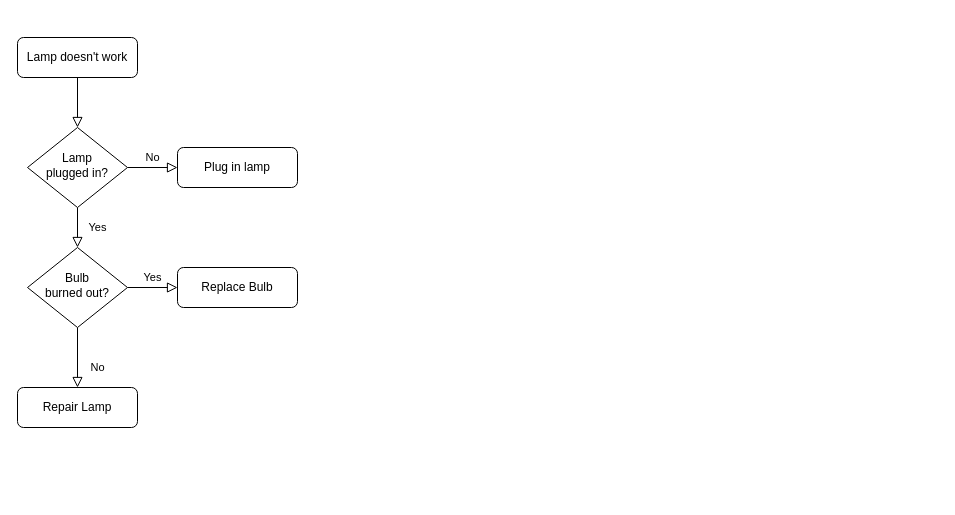
Before: XVI Translate Flow(translate).drawio in SmileSB1O1/draw-active, a draw.io diagram. Source tidied: cells renumbered, new cells numbered last; positions are measured from the earlier drawing's top-left corner, leaving out a move shared by most shapes. Both pictures are drawn from the tidied source at 100%, with x=0, y=0 at pixel (17, 37).
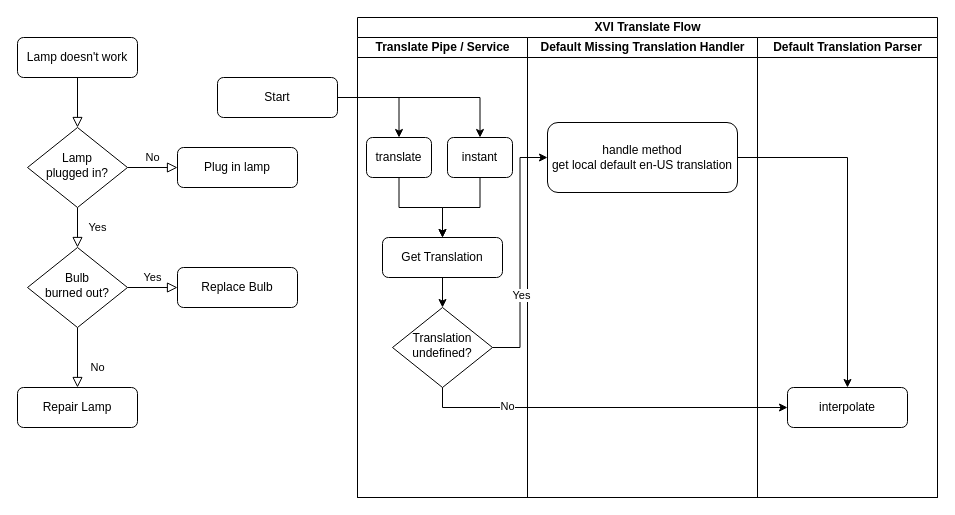
Above is the later version.

Diff of the diagram source:
```diff
@@
+    <mxCell id="13" value="XVI Translate Flow" style="swimlane;startSize=20;html=1;" parent="1" vertex="1">
+      <mxGeometry x="340" y="-20" width="580" height="480" as="geometry" />
+    </mxCell>
+    <mxCell id="14" value="Translate Pipe / Service" style="swimlane;startSize=20;html=1;" parent="13" vertex="1">
+      <mxGeometry y="20" width="170" height="460" as="geometry" />
+    </mxCell>
+    <mxCell id="15" style="edgeStyle=orthogonalEdgeStyle;rounded=0;jettySize=auto;html=1;exitX=0.5;exitY=1;exitDx=0;exitDy=0;entryX=0.5;entryY=0;entryDx=0;entryDy=0;" parent="14" edge="1" source="16" target="20">
+      <mxGeometry relative="1" as="geometry" />
+    </mxCell>
+    <mxCell id="16" value="translate" style="rounded=1;whiteSpace=wrap;html=1;fontSize=12;glass=0;strokeWidth=1;shadow=0;" parent="14" vertex="1">
+      <mxGeometry x="9" y="100" width="65" height="40" as="geometry" />
+    </mxCell>
+    <mxCell id="17" style="edgeStyle=orthogonalEdgeStyle;rounded=0;jettySize=auto;html=1;exitX=0.5;exitY=1;exitDx=0;exitDy=0;entryX=0.5;entryY=0;entryDx=0;entryDy=0;" parent="14" edge="1" source="18" target="20">
+      <mxGeometry relative="1" as="geometry" />
+    </mxCell>
+    <mxCell id="18" value="instant" style="rounded=1;whiteSpace=wrap;html=1;fontSize=12;glass=0;strokeWidth=1;shadow=0;" parent="14" vertex="1">
+      <mxGeometry x="90" y="100" width="65" height="40" as="geometry" />
+    </mxCell>
+    <mxCell id="19" style="edgeStyle=orthogonalEdgeStyle;rounded=0;jettySize=auto;html=1;exitX=0.5;exitY=1;exitDx=0;exitDy=0;" parent="14" edge="1" source="20" target="21">
+      <mxGeometry relative="1" as="geometry" />
+    </mxCell>
+    <mxCell id="20" value="Get Translation" style="rounded=1;whiteSpace=wrap;html=1;fontSize=12;glass=0;strokeWidth=1;shadow=0;" parent="14" vertex="1">
+      <mxGeometry x="25" y="200" width="120" height="40" as="geometry" />
+    </mxCell>
+    <mxCell id="21" value="Translation undefined?" style="rhombus;whiteSpace=wrap;html=1;shadow=0;fontFamily=Helvetica;fontSize=12;align=center;strokeWidth=1;spacing=6;spacingTop=-4;" parent="14" vertex="1">
+      <mxGeometry x="35" y="270" width="100" height="80" as="geometry" />
+    </mxCell>
+    <mxCell id="22" value="Default Missing Translation Handler" style="swimlane;startSize=20;html=1;" parent="13" vertex="1">
+      <mxGeometry x="170" y="20" width="230" height="460" as="geometry" />
+    </mxCell>
+    <mxCell id="23" value="handle method&lt;div&gt;get local default en-US translation&lt;/div&gt;" style="rounded=1;whiteSpace=wrap;html=1;fontSize=12;glass=0;strokeWidth=1;shadow=0;" parent="22" vertex="1">
+      <mxGeometry x="20" y="85" width="190" height="70" as="geometry" />
+    </mxCell>
+    <mxCell id="24" value="Default Translation Parser" style="swimlane;startSize=20;html=1;" parent="13" vertex="1">
+      <mxGeometry x="400" y="20" width="180" height="460" as="geometry" />
+    </mxCell>
+    <mxCell id="25" value="interpolate" style="rounded=1;whiteSpace=wrap;html=1;fontSize=12;glass=0;strokeWidth=1;shadow=0;" parent="24" vertex="1">
+      <mxGeometry x="30" y="350" width="120" height="40" as="geometry" />
+    </mxCell>
+    <mxCell id="26" style="edgeStyle=orthogonalEdgeStyle;rounded=0;jettySize=auto;html=1;exitX=1;exitY=0.5;exitDx=0;exitDy=0;entryX=0;entryY=0.5;entryDx=0;entryDy=0;" parent="13" edge="1" source="21" target="23">
+      <mxGeometry relative="1" as="geometry" />
+    </mxCell>
+    <mxCell id="27" value="Yes" style="edgeLabel;html=1;align=center;verticalAlign=middle;" parent="26" vertex="1">
+      <mxGeometry x="-0.35" y="-1" relative="1" as="geometry" />
+    </mxCell>
+    <mxCell id="28" style="edgeStyle=orthogonalEdgeStyle;rounded=0;jettySize=auto;html=1;exitX=0.5;exitY=1;exitDx=0;exitDy=0;entryX=0;entryY=0.5;entryDx=0;entryDy=0;" parent="13" edge="1" source="21" target="25">
+      <mxGeometry relative="1" as="geometry">
+        <Array as="points">
+          <mxPoint x="85" y="390" />
+        </Array>
+      </mxGeometry>
+    </mxCell>
+    <mxCell id="29" value="No" style="edgeLabel;html=1;align=center;verticalAlign=middle;" parent="28" vertex="1">
+      <mxGeometry x="-0.54" y="2" relative="1" as="geometry" />
+    </mxCell>
+    <mxCell id="30" style="edgeStyle=orthogonalEdgeStyle;rounded=0;jettySize=auto;html=1;exitX=1;exitY=0.5;exitDx=0;exitDy=0;entryX=0.5;entryY=0;entryDx=0;entryDy=0;" parent="13" edge="1" source="23" target="25">
+      <mxGeometry relative="1" as="geometry" />
+    </mxCell>
+    <mxCell id="31" style="edgeStyle=orthogonalEdgeStyle;rounded=0;jettySize=auto;html=1;exitX=1;exitY=0.5;exitDx=0;exitDy=0;entryX=0.5;entryY=0;entryDx=0;entryDy=0;" parent="1" edge="1" source="33" target="16">
+      <mxGeometry relative="1" as="geometry" />
+    </mxCell>
+    <mxCell id="32" style="edgeStyle=orthogonalEdgeStyle;rounded=0;jettySize=auto;html=1;entryX=0.5;entryY=0;entryDx=0;entryDy=0;" parent="1" edge="1" source="33" target="18">
+      <mxGeometry relative="1" as="geometry" />
+    </mxCell>
+    <mxCell id="33" value="Start" style="rounded=1;whiteSpace=wrap;html=1;fontSize=12;glass=0;strokeWidth=1;shadow=0;" parent="1" vertex="1">
+      <mxGeometry x="200" y="40" width="120" height="40" as="geometry" />
+    </mxCell>
```
